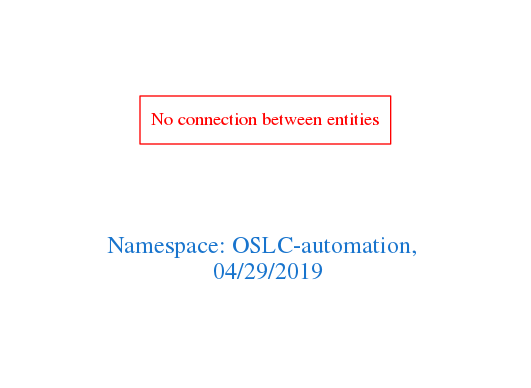
Above: downloads/OSLC-automation.png in arago/OGIT (Graphviz), before the change. Its source is kept beside it as downloads/OSLC-automation.dot.
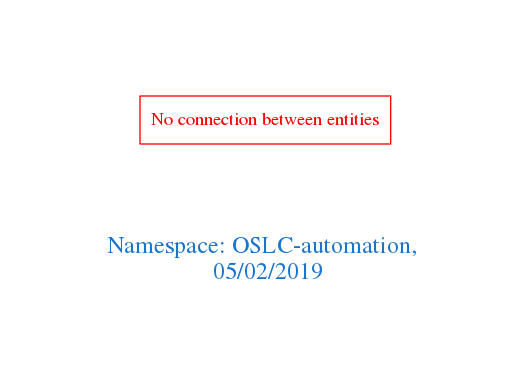
Above is the later version.

The edit, as a diff of the source:
```diff
@@ -1,7 +1,7 @@
 digraph OGIT_ontology {
  graph [ rankdir= LR,pad=1
 fontsize = 18,
-fontcolor= dodgerblue3,label = "\n\n\nNamespace: OSLC-automation, \n 04/29/2019"];
+fontcolor= dodgerblue3,label = "\n\n\nNamespace: OSLC-automation, \n 05/02/2019"];
 node[shape=polygon];
 edge [  color="gray81"];
 
```
